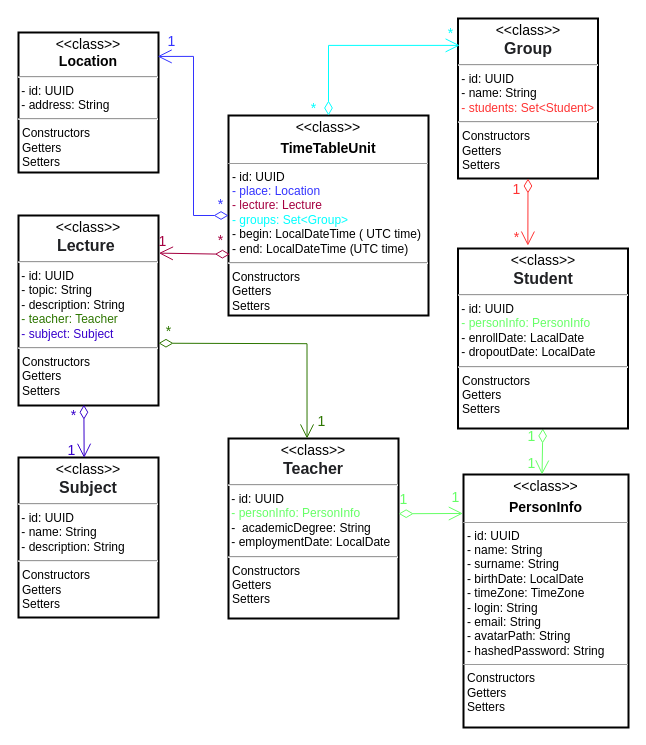
This is documentation/UML/University Management System (UMS) entity diagram.drawio from Max11mus/UMS---University-Managment-System, a draw.io file, before an edit. Source tidied: cells renumbered, new cells numbered last; positions are measured from the earlier drawing's top-left corner, leaving out a move shared by most shapes. Both pictures are drawn from the tidied source at 100%, with x=0, y=0 at pixel (18, 18).
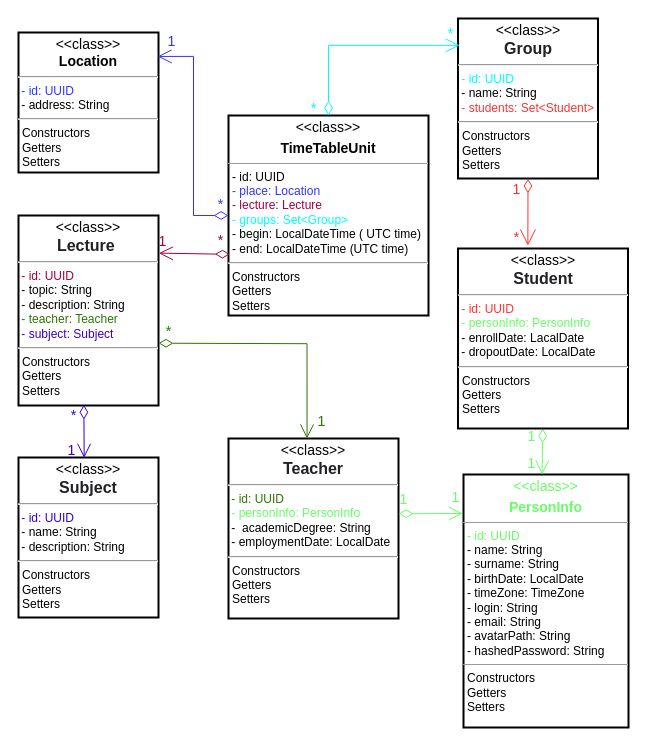
The same page after the edit.

Commit message (it also covers changes not shown here):
Remove unnecessary Constructors. Only Entities classes with setters and getters.

Change to the diagram source:
```diff
@@
-    <mxCell id="2" value="&lt;p style=&quot;margin: 4px 0px 0px ; text-align: center ; font-size: 14px&quot;&gt;&lt;font style=&quot;font-size: 14px&quot;&gt;&amp;lt;&amp;lt;class&amp;gt;&amp;gt;&lt;/font&gt;&lt;/p&gt;&lt;p style=&quot;margin: 4px 0px 0px ; text-align: center ; font-size: 14px&quot;&gt;&lt;b&gt;PersonInfo&lt;/b&gt;&lt;/p&gt;&lt;hr size=&quot;1&quot;&gt;&lt;p style=&quot;margin: 0px ; margin-left: 4px&quot;&gt;- id: UUID&lt;/p&gt;&lt;p style=&quot;margin: 0px ; margin-left: 4px&quot;&gt;- name: String&lt;br&gt;- surname: String&lt;/p&gt;&lt;p style=&quot;margin: 0px ; margin-left: 4px&quot;&gt;- birthDate:&amp;nbsp;LocalDate&lt;/p&gt;&lt;p style=&quot;margin: 0px ; margin-left: 4px&quot;&gt;- timeZone: TimeZone&amp;nbsp;&lt;/p&gt;&lt;p style=&quot;margin: 0px 0px 0px 4px&quot;&gt;&lt;span&gt;- login: String&lt;/span&gt;&lt;br&gt;&lt;/p&gt;&lt;p style=&quot;margin: 0px ; margin-left: 4px&quot;&gt;- email: String&lt;/p&gt;&lt;p style=&quot;margin: 0px ; margin-left: 4px&quot;&gt;- avatarPath: String&lt;/p&gt;&lt;p style=&quot;margin: 0px ; margin-left: 4px&quot;&gt;- hashedPassword: String&lt;/p&gt;&lt;hr size=&quot;1&quot;&gt;&lt;p style=&quot;margin: 0px ; margin-left: 4px&quot;&gt;Constructors&lt;/p&gt;&lt;p style=&quot;margin: 0px ; margin-left: 4px&quot;&gt;Getters&lt;/p&gt;&lt;p style=&quot;margin: 0px ; margin-left: 4px&quot;&gt;Setters&lt;/p&gt;" style="verticalAlign=top;align=left;overflow=fill;fontSize=12;fontFamily=Helvetica;html=1;rounded=0;shadow=0;comic=0;labelBackgroundColor=none;strokeWidth=2;" parent="1" vertex="1">
+    <mxCell id="2" value="&lt;p style=&quot;margin: 4px 0px 0px ; text-align: center ; font-size: 14px&quot;&gt;&lt;font style=&quot;font-size: 14px&quot; color=&quot;#66ff66&quot;&gt;&amp;lt;&amp;lt;class&amp;gt;&amp;gt;&lt;/font&gt;&lt;/p&gt;&lt;p style=&quot;margin: 4px 0px 0px ; text-align: center ; font-size: 14px&quot;&gt;&lt;b&gt;&lt;font color=&quot;#66ff66&quot;&gt;PersonInfo&lt;/font&gt;&lt;/b&gt;&lt;/p&gt;&lt;hr size=&quot;1&quot;&gt;&lt;p style=&quot;margin: 0px ; margin-left: 4px&quot;&gt;&lt;font color=&quot;#66ff66&quot;&gt;- id: UUID&lt;/font&gt;&lt;/p&gt;&lt;p style=&quot;margin: 0px ; margin-left: 4px&quot;&gt;- name: String&lt;br&gt;- surname: String&lt;/p&gt;&lt;p style=&quot;margin: 0px ; margin-left: 4px&quot;&gt;- birthDate:&amp;nbsp;LocalDate&lt;/p&gt;&lt;p style=&quot;margin: 0px ; margin-left: 4px&quot;&gt;- timeZone: TimeZone&amp;nbsp;&lt;/p&gt;&lt;p style=&quot;margin: 0px 0px 0px 4px&quot;&gt;&lt;span&gt;- login: String&lt;/span&gt;&lt;br&gt;&lt;/p&gt;&lt;p style=&quot;margin: 0px ; margin-left: 4px&quot;&gt;- email: String&lt;/p&gt;&lt;p style=&quot;margin: 0px ; margin-left: 4px&quot;&gt;- avatarPath: String&lt;/p&gt;&lt;p style=&quot;margin: 0px ; margin-left: 4px&quot;&gt;- hashedPassword: String&lt;/p&gt;&lt;hr size=&quot;1&quot;&gt;&lt;p style=&quot;margin: 0px ; margin-left: 4px&quot;&gt;Constructors&lt;/p&gt;&lt;p style=&quot;margin: 0px ; margin-left: 4px&quot;&gt;Getters&lt;/p&gt;&lt;p style=&quot;margin: 0px ; margin-left: 4px&quot;&gt;Setters&lt;/p&gt;" style="verticalAlign=top;align=left;overflow=fill;fontSize=12;fontFamily=Helvetica;html=1;rounded=0;shadow=0;comic=0;labelBackgroundColor=none;strokeWidth=2;" parent="1" vertex="1">
       <mxGeometry x="445" y="456" width="165" height="253" as="geometry" />
     </mxCell>
-    <mxCell id="3" value="&lt;p style=&quot;margin: 4px 0px 0px ; text-align: center ; font-size: 14px&quot;&gt;&lt;font style=&quot;font-size: 14px&quot;&gt;&amp;lt;&amp;lt;class&amp;gt;&amp;gt;&lt;/font&gt;&lt;/p&gt;&lt;div style=&quot;text-align: center&quot;&gt;&lt;span style=&quot;font-size: 14px&quot;&gt;&lt;b&gt;Location&lt;/b&gt;&lt;/span&gt;&lt;/div&gt;&lt;hr&gt;&amp;nbsp;- id: UUID&lt;br&gt;&lt;span&gt;&amp;nbsp;- address: String&lt;/span&gt;&lt;br&gt;&lt;hr&gt;&lt;p style=&quot;margin: 0px ; margin-left: 4px&quot;&gt;&lt;/p&gt;&lt;p style=&quot;margin: 0px ; margin-left: 4px&quot;&gt;Constructors&lt;/p&gt;&lt;p style=&quot;margin: 0px ; margin-left: 4px&quot;&gt;Getters&lt;/p&gt;&lt;p style=&quot;margin: 0px ; margin-left: 4px&quot;&gt;Setters&lt;/p&gt;" style="verticalAlign=top;align=left;overflow=fill;fontSize=12;fontFamily=Helvetica;html=1;rounded=0;shadow=0;comic=0;labelBackgroundColor=none;strokeWidth=2;" parent="1" vertex="1">
+    <mxCell id="3" value="&lt;p style=&quot;margin: 4px 0px 0px ; text-align: center ; font-size: 14px&quot;&gt;&lt;font style=&quot;font-size: 14px&quot;&gt;&amp;lt;&amp;lt;class&amp;gt;&amp;gt;&lt;/font&gt;&lt;/p&gt;&lt;div style=&quot;text-align: center&quot;&gt;&lt;span style=&quot;font-size: 14px&quot;&gt;&lt;b&gt;Location&lt;/b&gt;&lt;/span&gt;&lt;/div&gt;&lt;hr&gt;&lt;font color=&quot;#3333ff&quot;&gt;&amp;nbsp;- id: UUID&lt;/font&gt;&lt;br&gt;&lt;span&gt;&amp;nbsp;- address: String&lt;/span&gt;&lt;br&gt;&lt;hr&gt;&lt;p style=&quot;margin: 0px ; margin-left: 4px&quot;&gt;&lt;/p&gt;&lt;p style=&quot;margin: 0px ; margin-left: 4px&quot;&gt;Constructors&lt;/p&gt;&lt;p style=&quot;margin: 0px ; margin-left: 4px&quot;&gt;Getters&lt;/p&gt;&lt;p style=&quot;margin: 0px ; margin-left: 4px&quot;&gt;Setters&lt;/p&gt;" style="verticalAlign=top;align=left;overflow=fill;fontSize=12;fontFamily=Helvetica;html=1;rounded=0;shadow=0;comic=0;labelBackgroundColor=none;strokeWidth=2;" parent="1" vertex="1">
       <mxGeometry y="14" width="140" height="140" as="geometry" />
     </mxCell>
-    <mxCell id="4" value="&lt;p style=&quot;margin: 4px 0px 0px ; text-align: center ; font-size: 14px&quot;&gt;&lt;font style=&quot;font-size: 14px&quot;&gt;&amp;lt;&amp;lt;class&amp;gt;&amp;gt;&lt;/font&gt;&lt;/p&gt;&lt;div style=&quot;text-align: center&quot;&gt;&lt;span style=&quot;color: rgb(32 , 33 , 36) ; font-family: &amp;#34;arial&amp;#34; , sans-serif ; font-size: 16px ; background-color: rgb(255 , 255 , 255)&quot;&gt;&lt;b&gt;Lecture&amp;nbsp;&lt;/b&gt;&lt;/span&gt;&lt;br&gt;&lt;/div&gt;&lt;hr&gt;&amp;nbsp;- id: UUID&lt;br&gt;&lt;span&gt;&amp;nbsp;- topic: String&lt;br&gt;&lt;/span&gt;&amp;nbsp;- description: String&lt;br&gt;&amp;nbsp;&lt;font color=&quot;#2d7600&quot;&gt;- teacher: Teacher&lt;/font&gt;&lt;br&gt;&amp;nbsp;&lt;font color=&quot;#3700cc&quot;&gt;- subject: Subject&lt;/font&gt;&lt;br&gt;&lt;hr&gt;&lt;p style=&quot;margin: 0px ; margin-left: 4px&quot;&gt;&lt;/p&gt;&lt;p style=&quot;margin: 0px ; margin-left: 4px&quot;&gt;Constructors&lt;/p&gt;&lt;p style=&quot;margin: 0px ; margin-left: 4px&quot;&gt;Getters&lt;/p&gt;&lt;p style=&quot;margin: 0px ; margin-left: 4px&quot;&gt;Setters&lt;/p&gt;" style="verticalAlign=top;align=left;overflow=fill;fontSize=12;fontFamily=Helvetica;html=1;rounded=0;shadow=0;comic=0;labelBackgroundColor=none;strokeWidth=2;" parent="1" vertex="1">
+    <mxCell id="4" value="&lt;p style=&quot;margin: 4px 0px 0px ; text-align: center ; font-size: 14px&quot;&gt;&lt;font style=&quot;font-size: 14px&quot;&gt;&amp;lt;&amp;lt;class&amp;gt;&amp;gt;&lt;/font&gt;&lt;/p&gt;&lt;div style=&quot;text-align: center&quot;&gt;&lt;span style=&quot;color: rgb(32 , 33 , 36) ; font-family: &amp;#34;arial&amp;#34; , sans-serif ; font-size: 16px ; background-color: rgb(255 , 255 , 255)&quot;&gt;&lt;b&gt;Lecture&amp;nbsp;&lt;/b&gt;&lt;/span&gt;&lt;br&gt;&lt;/div&gt;&lt;hr&gt;&amp;nbsp;&lt;font color=&quot;#a50040&quot;&gt;- id: UUID&lt;/font&gt;&lt;br&gt;&lt;span&gt;&amp;nbsp;- topic: String&lt;br&gt;&lt;/span&gt;&amp;nbsp;- description: String&lt;br&gt;&amp;nbsp;&lt;font color=&quot;#2d7600&quot;&gt;- teacher: Teacher&lt;/font&gt;&lt;br&gt;&amp;nbsp;&lt;font color=&quot;#3700cc&quot;&gt;- subject: Subject&lt;/font&gt;&lt;br&gt;&lt;hr&gt;&lt;p style=&quot;margin: 0px ; margin-left: 4px&quot;&gt;&lt;/p&gt;&lt;p style=&quot;margin: 0px ; margin-left: 4px&quot;&gt;Constructors&lt;/p&gt;&lt;p style=&quot;margin: 0px ; margin-left: 4px&quot;&gt;Getters&lt;/p&gt;&lt;p style=&quot;margin: 0px ; margin-left: 4px&quot;&gt;Setters&lt;/p&gt;" style="verticalAlign=top;align=left;overflow=fill;fontSize=12;fontFamily=Helvetica;html=1;rounded=0;shadow=0;comic=0;labelBackgroundColor=none;strokeWidth=2;" parent="1" vertex="1">
       <mxGeometry y="197" width="140" height="190" as="geometry" />
     </mxCell>
-    <mxCell id="5" value="&lt;p style=&quot;margin: 4px 0px 0px; text-align: center; font-size: 14px;&quot;&gt;&lt;font style=&quot;font-size: 14px;&quot;&gt;&amp;lt;&amp;lt;class&amp;gt;&amp;gt;&lt;/font&gt;&lt;/p&gt;&lt;div style=&quot;text-align: center;&quot;&gt;&lt;span style=&quot;color: rgb(32, 33, 36); font-family: arial, sans-serif; font-size: 16px; text-align: start; background-color: rgb(255, 255, 255);&quot;&gt;&lt;b&gt;Subject&lt;/b&gt;&lt;/span&gt;&lt;br&gt;&lt;/div&gt;&lt;hr&gt;&amp;nbsp;- id: UUID&lt;br&gt;&lt;span style=&quot;background-color: initial;&quot;&gt;&amp;nbsp;- name: String&lt;br&gt;&lt;/span&gt;&amp;nbsp;- description: String&lt;br&gt;&lt;hr&gt;&lt;p style=&quot;margin:0px;margin-left:4px;&quot;&gt;&lt;/p&gt;&lt;p style=&quot;margin:0px;margin-left:4px;&quot;&gt;Constructors&lt;/p&gt;&lt;p style=&quot;margin:0px;margin-left:4px;&quot;&gt;Getters&lt;/p&gt;&lt;p style=&quot;margin:0px;margin-left:4px;&quot;&gt;Setters&lt;/p&gt;" style="verticalAlign=top;align=left;overflow=fill;fontSize=12;fontFamily=Helvetica;html=1;rounded=0;shadow=0;comic=0;labelBackgroundColor=none;strokeWidth=2;" parent="1" vertex="1">
+    <mxCell id="5" value="&lt;p style=&quot;margin: 4px 0px 0px ; text-align: center ; font-size: 14px&quot;&gt;&lt;font style=&quot;font-size: 14px&quot;&gt;&amp;lt;&amp;lt;class&amp;gt;&amp;gt;&lt;/font&gt;&lt;/p&gt;&lt;div style=&quot;text-align: center&quot;&gt;&lt;span style=&quot;color: rgb(32 , 33 , 36) ; font-family: &amp;#34;arial&amp;#34; , sans-serif ; font-size: 16px ; background-color: rgb(255 , 255 , 255)&quot;&gt;&lt;b&gt;Subject&lt;/b&gt;&lt;/span&gt;&lt;br&gt;&lt;/div&gt;&lt;hr&gt;&lt;font color=&quot;#3700cc&quot;&gt;&amp;nbsp;- id: UUID&lt;/font&gt;&lt;br&gt;&lt;span&gt;&amp;nbsp;- name: String&lt;br&gt;&lt;/span&gt;&amp;nbsp;- description: String&lt;br&gt;&lt;hr&gt;&lt;p style=&quot;margin: 0px ; margin-left: 4px&quot;&gt;&lt;/p&gt;&lt;p style=&quot;margin: 0px ; margin-left: 4px&quot;&gt;Constructors&lt;/p&gt;&lt;p style=&quot;margin: 0px ; margin-left: 4px&quot;&gt;Getters&lt;/p&gt;&lt;p style=&quot;margin: 0px ; margin-left: 4px&quot;&gt;Setters&lt;/p&gt;" style="verticalAlign=top;align=left;overflow=fill;fontSize=12;fontFamily=Helvetica;html=1;rounded=0;shadow=0;comic=0;labelBackgroundColor=none;strokeWidth=2;" parent="1" vertex="1">
       <mxGeometry y="439" width="140" height="160" as="geometry" />
     </mxCell>
-    <mxCell id="6" value="&lt;p style=&quot;margin: 4px 0px 0px ; text-align: center ; font-size: 14px&quot;&gt;&lt;font style=&quot;font-size: 14px&quot;&gt;&amp;lt;&amp;lt;class&amp;gt;&amp;gt;&lt;/font&gt;&lt;/p&gt;&lt;div style=&quot;text-align: center&quot;&gt;&lt;font face=&quot;arial, sans-serif&quot; color=&quot;#202124&quot;&gt;&lt;span style=&quot;font-size: 16px ; background-color: rgb(255 , 255 , 255)&quot;&gt;&lt;b&gt;Group&lt;/b&gt;&lt;/span&gt;&lt;/font&gt;&lt;/div&gt;&lt;hr&gt;&amp;nbsp;- id: UUID&lt;br&gt;&lt;span&gt;&amp;nbsp;- name: String&lt;br&gt;&lt;/span&gt;&amp;nbsp;&lt;font color=&quot;#ff3333&quot;&gt;- students: Set&amp;lt;Student&amp;gt;&lt;/font&gt;&lt;br&gt;&lt;hr&gt;&lt;p style=&quot;margin: 0px ; margin-left: 4px&quot;&gt;&lt;/p&gt;&lt;p style=&quot;margin: 0px ; margin-left: 4px&quot;&gt;Constructors&lt;/p&gt;&lt;p style=&quot;margin: 0px ; margin-left: 4px&quot;&gt;Getters&lt;/p&gt;&lt;p style=&quot;margin: 0px ; margin-left: 4px&quot;&gt;Setters&lt;/p&gt;" style="verticalAlign=top;align=left;overflow=fill;fontSize=12;fontFamily=Helvetica;html=1;rounded=0;shadow=0;comic=0;labelBackgroundColor=none;strokeWidth=2;" parent="1" vertex="1">
+    <mxCell id="6" value="&lt;p style=&quot;margin: 4px 0px 0px ; text-align: center ; font-size: 14px&quot;&gt;&lt;font style=&quot;font-size: 14px&quot;&gt;&amp;lt;&amp;lt;class&amp;gt;&amp;gt;&lt;/font&gt;&lt;/p&gt;&lt;div style=&quot;text-align: center&quot;&gt;&lt;font face=&quot;arial, sans-serif&quot; color=&quot;#202124&quot;&gt;&lt;span style=&quot;font-size: 16px ; background-color: rgb(255 , 255 , 255)&quot;&gt;&lt;b&gt;Group&lt;/b&gt;&lt;/span&gt;&lt;/font&gt;&lt;/div&gt;&lt;hr&gt;&amp;nbsp;&lt;font color=&quot;#00ffff&quot;&gt;- id: UUID&lt;/font&gt;&lt;br&gt;&lt;span&gt;&amp;nbsp;- name: String&lt;br&gt;&lt;/span&gt;&amp;nbsp;&lt;font color=&quot;#ff3333&quot;&gt;- students: Set&amp;lt;Student&amp;gt;&lt;/font&gt;&lt;br&gt;&lt;hr&gt;&lt;p style=&quot;margin: 0px ; margin-left: 4px&quot;&gt;&lt;/p&gt;&lt;p style=&quot;margin: 0px ; margin-left: 4px&quot;&gt;Constructors&lt;/p&gt;&lt;p style=&quot;margin: 0px ; margin-left: 4px&quot;&gt;Getters&lt;/p&gt;&lt;p style=&quot;margin: 0px ; margin-left: 4px&quot;&gt;Setters&lt;/p&gt;" style="verticalAlign=top;align=left;overflow=fill;fontSize=12;fontFamily=Helvetica;html=1;rounded=0;shadow=0;comic=0;labelBackgroundColor=none;strokeWidth=2;" parent="1" vertex="1">
       <mxGeometry x="439.5" width="140" height="160" as="geometry" />
     </mxCell>
@@
-    <mxCell id="20" value="&lt;p style=&quot;margin: 4px 0px 0px ; text-align: center ; font-size: 14px&quot;&gt;&lt;font style=&quot;font-size: 14px&quot;&gt;&amp;lt;&amp;lt;class&amp;gt;&amp;gt;&lt;/font&gt;&lt;/p&gt;&lt;div style=&quot;text-align: center&quot;&gt;&lt;font face=&quot;arial, sans-serif&quot; color=&quot;#202124&quot;&gt;&lt;span style=&quot;font-size: 16px ; background-color: rgb(255 , 255 , 255)&quot;&gt;&lt;b&gt;Teacher&lt;/b&gt;&lt;/span&gt;&lt;/font&gt;&lt;/div&gt;&lt;hr&gt;&amp;nbsp;- id: UUID&lt;br&gt;&amp;nbsp;&lt;font color=&quot;#66ff66&quot;&gt;- personInfo: PersonInfo&lt;/font&gt;&lt;br&gt;&amp;nbsp;-&amp;nbsp; academicDegree: String&lt;br&gt;&amp;nbsp;-&amp;nbsp;employmentDate: LocalDate&lt;hr&gt;&lt;p style=&quot;margin: 0px ; margin-left: 4px&quot;&gt;Constructors&lt;/p&gt;&lt;p style=&quot;margin: 0px ; margin-left: 4px&quot;&gt;Getters&lt;/p&gt;&lt;p style=&quot;margin: 0px ; margin-left: 4px&quot;&gt;Setters&lt;/p&gt;" style="verticalAlign=top;align=left;overflow=fill;fontSize=12;fontFamily=Helvetica;html=1;rounded=0;shadow=0;comic=0;labelBackgroundColor=none;strokeWidth=2;" parent="1" vertex="1">
+    <mxCell id="20" value="&lt;p style=&quot;margin: 4px 0px 0px ; text-align: center ; font-size: 14px&quot;&gt;&lt;font style=&quot;font-size: 14px&quot;&gt;&amp;lt;&amp;lt;class&amp;gt;&amp;gt;&lt;/font&gt;&lt;/p&gt;&lt;div style=&quot;text-align: center&quot;&gt;&lt;font face=&quot;arial, sans-serif&quot; color=&quot;#202124&quot;&gt;&lt;span style=&quot;font-size: 16px ; background-color: rgb(255 , 255 , 255)&quot;&gt;&lt;b&gt;Teacher&lt;/b&gt;&lt;/span&gt;&lt;/font&gt;&lt;/div&gt;&lt;hr&gt;&lt;font color=&quot;#2d7600&quot;&gt;&amp;nbsp;- id: UUID&lt;/font&gt;&lt;br&gt;&amp;nbsp;&lt;font color=&quot;#66ff66&quot;&gt;- personInfo: PersonInfo&lt;/font&gt;&lt;br&gt;&amp;nbsp;-&amp;nbsp; academicDegree: String&lt;br&gt;&amp;nbsp;-&amp;nbsp;employmentDate: LocalDate&lt;hr&gt;&lt;p style=&quot;margin: 0px ; margin-left: 4px&quot;&gt;Constructors&lt;/p&gt;&lt;p style=&quot;margin: 0px ; margin-left: 4px&quot;&gt;Getters&lt;/p&gt;&lt;p style=&quot;margin: 0px ; margin-left: 4px&quot;&gt;Setters&lt;/p&gt;" style="verticalAlign=top;align=left;overflow=fill;fontSize=12;fontFamily=Helvetica;html=1;rounded=0;shadow=0;comic=0;labelBackgroundColor=none;strokeWidth=2;" parent="1" vertex="1">
       <mxGeometry x="210" y="420" width="170" height="180" as="geometry" />
     </mxCell>
@@
-    <mxCell id="27" value="&lt;p style=&quot;margin: 4px 0px 0px ; text-align: center ; font-size: 14px&quot;&gt;&lt;font style=&quot;font-size: 14px&quot;&gt;&amp;lt;&amp;lt;class&amp;gt;&amp;gt;&lt;/font&gt;&lt;/p&gt;&lt;div style=&quot;text-align: center&quot;&gt;&lt;font color=&quot;#202124&quot; face=&quot;arial, sans-serif&quot;&gt;&lt;span style=&quot;font-size: 16px ; background-color: rgb(255 , 255 , 255)&quot;&gt;&lt;b&gt;Student&lt;/b&gt;&lt;/span&gt;&lt;/font&gt;&lt;/div&gt;&lt;hr&gt;&amp;nbsp;- id: UUID&lt;br&gt;&amp;nbsp;&lt;font color=&quot;#66ff66&quot;&gt;- personInfo: PersonInfo&lt;/font&gt;&lt;br&gt;&amp;nbsp;- enrollDate: LacalDate&lt;br&gt;&amp;nbsp;- dropoutDate: LocalDate&lt;hr&gt;&lt;p style=&quot;margin: 0px ; margin-left: 4px&quot;&gt;Constructors&lt;/p&gt;&lt;p style=&quot;margin: 0px ; margin-left: 4px&quot;&gt;Getters&lt;/p&gt;&lt;p style=&quot;margin: 0px ; margin-left: 4px&quot;&gt;Setters&lt;/p&gt;" style="verticalAlign=top;align=left;overflow=fill;fontSize=12;fontFamily=Helvetica;html=1;rounded=0;shadow=0;comic=0;labelBackgroundColor=none;strokeWidth=2;" parent="1" vertex="1">
+    <mxCell id="27" value="&lt;p style=&quot;margin: 4px 0px 0px ; text-align: center ; font-size: 14px&quot;&gt;&lt;font style=&quot;font-size: 14px&quot;&gt;&amp;lt;&amp;lt;class&amp;gt;&amp;gt;&lt;/font&gt;&lt;/p&gt;&lt;div style=&quot;text-align: center&quot;&gt;&lt;font color=&quot;#202124&quot; face=&quot;arial, sans-serif&quot;&gt;&lt;span style=&quot;font-size: 16px ; background-color: rgb(255 , 255 , 255)&quot;&gt;&lt;b&gt;Student&lt;/b&gt;&lt;/span&gt;&lt;/font&gt;&lt;/div&gt;&lt;hr&gt;&lt;font color=&quot;#ff3333&quot;&gt;&amp;nbsp;- id: UUID&lt;/font&gt;&lt;br&gt;&amp;nbsp;&lt;font color=&quot;#66ff66&quot;&gt;- personInfo: PersonInfo&lt;/font&gt;&lt;br&gt;&amp;nbsp;- enrollDate: LacalDate&lt;br&gt;&amp;nbsp;- dropoutDate: LocalDate&lt;hr&gt;&lt;p style=&quot;margin: 0px ; margin-left: 4px&quot;&gt;Constructors&lt;/p&gt;&lt;p style=&quot;margin: 0px ; margin-left: 4px&quot;&gt;Getters&lt;/p&gt;&lt;p style=&quot;margin: 0px ; margin-left: 4px&quot;&gt;Setters&lt;/p&gt;" style="verticalAlign=top;align=left;overflow=fill;fontSize=12;fontFamily=Helvetica;html=1;rounded=0;shadow=0;comic=0;labelBackgroundColor=none;strokeWidth=2;" parent="1" vertex="1">
       <mxGeometry x="439.5" y="230" width="170" height="180" as="geometry" />
     </mxCell>
-    <mxCell id="28" style="rounded=0;jettySize=auto;html=1;fontSize=14;startArrow=diamondThin;startFill=0;strokeColor=#FF3333;endSize=12;startSize=12;endArrow=open;endFill=0;entryX=0.411;entryY=-0.016;entryDx=0;entryDy=0;entryPerimeter=0;" parent="1" edge="1" target="27">
+    <mxCell id="28" style="rounded=0;jettySize=auto;html=1;fontSize=14;startArrow=diamondThin;startFill=0;strokeColor=#FF3333;endSize=14;startSize=12;endArrow=open;endFill=0;entryX=0.411;entryY=-0.016;entryDx=0;entryDy=0;entryPerimeter=0;" parent="1" edge="1" target="27">
       <mxGeometry relative="1" as="geometry">
         <mxPoint x="509.5" y="160" as="sourcePoint" />
       </mxGeometry>
     </mxCell>
```
